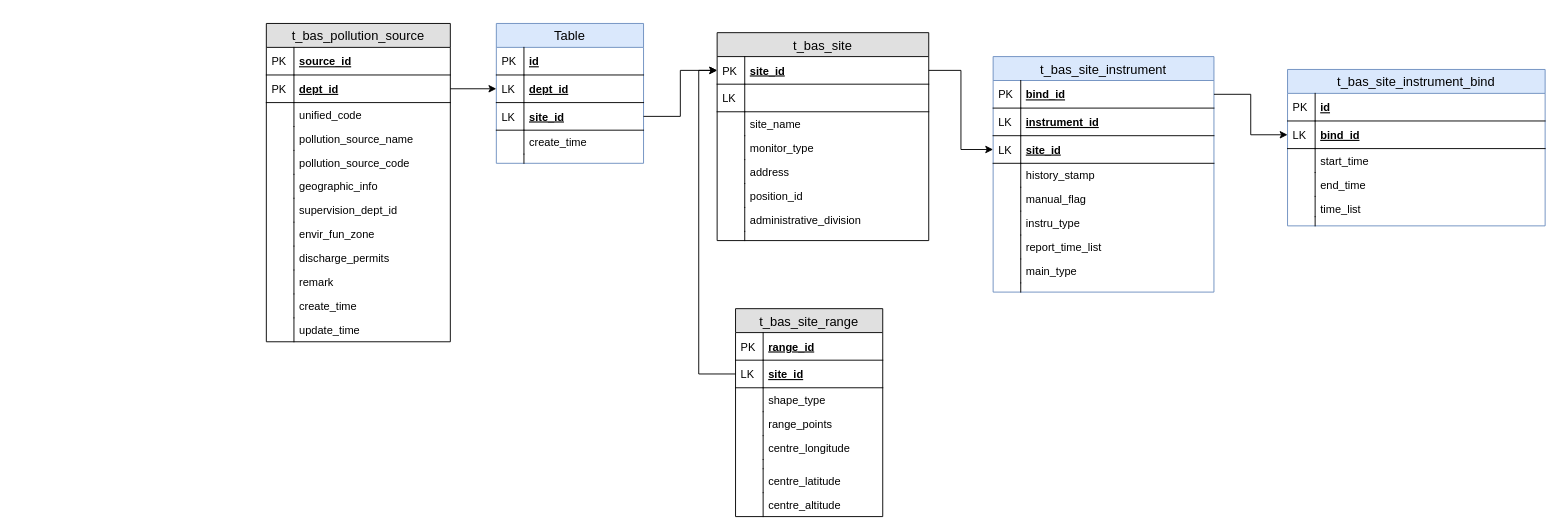
lzdong0714/note keeps this draw.io diagram as hntyCloudDataER.drawio. Above is the earlier version. Source tidied: cells renumbered, new cells numbered last; positions are measured from the earlier drawing's top-left corner, leaving out a move shared by most shapes. Both pictures are drawn from the tidied source at 92%, with x=0, y=0 at pixel (266, 23).
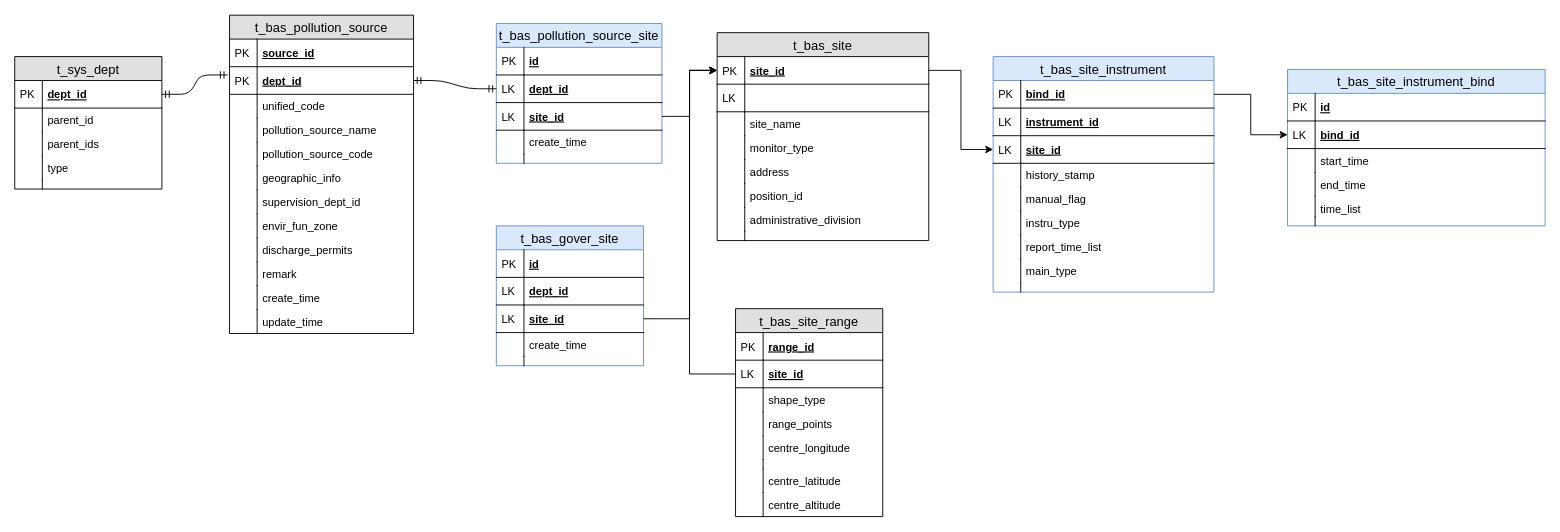
The same page after the edit.

The change refers to these unchanged cells:
```xml
<mxCell id="3" value="site_id" style="shape=partialRectangle;top=0;left=0;right=0;bottom=1;align=left;verticalAlign=middle;fillColor=none;spacingLeft=34;spacingRight=4;overflow=hidden;points=[[0,0.5],[1,0.5]];portConstraint=eastwest;fontStyle=5;fontSize=12;" parent="2" vertex="1">
  <mxGeometry y="26" width="230" height="30" as="geometry" />
</mxCell>
<mxCell id="41" value="site_id" style="shape=partialRectangle;top=0;left=0;right=0;bottom=1;align=left;verticalAlign=middle;fillColor=none;spacingLeft=34;spacingRight=4;overflow=hidden;points=[[0,0.5],[1,0.5]];portConstraint=eastwest;fontStyle=5;fontSize=12;" parent="38" vertex="1">
  <mxGeometry y="56" width="160" height="30" as="geometry" />
</mxCell>
<mxCell id="71" value="dept_id" style="shape=partialRectangle;top=0;left=0;right=0;bottom=1;align=left;verticalAlign=middle;fillColor=none;spacingLeft=34;spacingRight=4;overflow=hidden;points=[[0,0.5],[1,0.5]];portConstraint=eastwest;fontStyle=5;fontSize=12;" parent="68" vertex="1">
  <mxGeometry y="56" width="200" height="30" as="geometry" />
</mxCell>
```

Diff of the diagram source:
```diff
@@
     <mxCell id="68" value="t_bas_pollution_source" style="swimlane;fontStyle=0;horizontal=1;startSize=26;fillColor=#e0e0e0;swimlaneFillColor=#ffffff;align=center;fontSize=14;" parent="1" vertex="1">
-      <mxGeometry width="200" height="346" as="geometry" />
+      <mxGeometry x="-40" y="-9" width="200" height="346" as="geometry" />
     </mxCell>
@@
-    <mxCell id="93" value="Table" style="swimlane;fontStyle=0;horizontal=1;startSize=26;fillColor=#dae8fc;swimlaneFillColor=#ffffff;align=center;fontSize=14;strokeColor=#6c8ebf;" parent="1" vertex="1">
-      <mxGeometry x="250" width="160" height="152" as="geometry" />
+    <mxCell id="93" value="t_bas_pollution_source_site" style="swimlane;fontStyle=0;horizontal=1;startSize=26;fillColor=#dae8fc;swimlaneFillColor=#ffffff;align=center;fontSize=14;strokeColor=#6c8ebf;" parent="1" vertex="1">
+      <mxGeometry x="250" width="180" height="152" as="geometry" />
     </mxCell>
     <mxCell id="94" value="id" style="shape=partialRectangle;top=0;left=0;right=0;bottom=1;align=left;verticalAlign=middle;fillColor=none;spacingLeft=34;spacingRight=4;overflow=hidden;fontStyle=5;fontSize=12;" parent="93" vertex="1">
-      <mxGeometry y="26" width="160" height="30" as="geometry" />
+      <mxGeometry y="26" width="180" height="30" as="geometry" />
     </mxCell>
@@
     <mxCell id="96" value="dept_id" style="shape=partialRectangle;top=0;left=0;right=0;bottom=1;align=left;verticalAlign=middle;fillColor=none;spacingLeft=34;spacingRight=4;overflow=hidden;points=[[0,0.5],[1,0.5]];portConstraint=eastwest;fontStyle=5;fontSize=12;" parent="93" vertex="1">
-      <mxGeometry y="56" width="160" height="30" as="geometry" />
+      <mxGeometry y="56" width="180" height="30" as="geometry" />
     </mxCell>
@@
     <mxCell id="98" value="site_id" style="shape=partialRectangle;top=0;left=0;right=0;bottom=1;align=left;verticalAlign=middle;fillColor=none;spacingLeft=34;spacingRight=4;overflow=hidden;points=[[0,0.5],[1,0.5]];portConstraint=eastwest;fontStyle=5;fontSize=12;" parent="93" vertex="1">
-      <mxGeometry y="86" width="160" height="30" as="geometry" />
+      <mxGeometry y="86" width="180" height="30" as="geometry" />
     </mxCell>
@@
     <mxCell id="100" value="create_time" style="shape=partialRectangle;top=0;left=0;right=0;bottom=0;align=left;verticalAlign=top;fillColor=none;spacingLeft=34;spacingRight=4;overflow=hidden;fontSize=12;" parent="93" vertex="1">
-      <mxGeometry y="116" width="160" height="26" as="geometry" />
+      <mxGeometry y="116" width="180" height="26" as="geometry" />
     </mxCell>
@@
     <mxCell id="102" style="shape=partialRectangle;top=0;left=0;right=0;bottom=0;align=left;verticalAlign=top;fillColor=none;spacingLeft=34;spacingRight=4;overflow=hidden;fontSize=12;" parent="93" vertex="1">
-      <mxGeometry y="142" width="160" height="10" as="geometry" />
+      <mxGeometry y="142" width="180" height="10" as="geometry" />
     </mxCell>
@@
-    <mxCell id="104" style="edgeStyle=orthogonalEdgeStyle;rounded=0;jettySize=auto;html=1;exitX=1;exitY=0.5;exitDx=0;exitDy=0;entryX=0;entryY=0.5;entryDx=0;entryDy=0;" parent="1" edge="1" source="71" target="96">
-      <mxGeometry relative="1" as="geometry" />
-    </mxCell>
@@
     <mxCell id="107" style="edgeStyle=orthogonalEdgeStyle;rounded=0;jettySize=auto;html=1;entryX=0;entryY=0.5;entryDx=0;entryDy=0;" parent="1" edge="1" source="41" target="3">
       <mxGeometry relative="1" as="geometry">
         <Array as="points">
-          <mxPoint x="470" y="381" />
-          <mxPoint x="470" y="51" />
+          <mxPoint x="460" y="381" />
+          <mxPoint x="460" y="51" />
         </Array>
       </mxGeometry>
     </mxCell>
@@
+    <mxCell id="109" value="t_bas_gover_site" style="swimlane;fontStyle=0;horizontal=1;startSize=26;fillColor=#dae8fc;swimlaneFillColor=#ffffff;align=center;fontSize=14;strokeColor=#6c8ebf;" parent="1" vertex="1">
+      <mxGeometry x="250" y="220" width="160" height="152" as="geometry" />
+    </mxCell>
+    <mxCell id="110" value="id" style="shape=partialRectangle;top=0;left=0;right=0;bottom=1;align=left;verticalAlign=middle;fillColor=none;spacingLeft=34;spacingRight=4;overflow=hidden;fontStyle=5;fontSize=12;" parent="109" vertex="1">
+      <mxGeometry y="26" width="160" height="30" as="geometry" />
+    </mxCell>
+    <mxCell id="111" value="PK" style="shape=partialRectangle;top=0;left=0;bottom=0;fillColor=none;align=left;verticalAlign=middle;spacingLeft=4;spacingRight=4;overflow=hidden;fontSize=12;" parent="110" vertex="1">
+      <mxGeometry width="30" height="30" as="geometry" />
+    </mxCell>
+    <mxCell id="112" value="dept_id" style="shape=partialRectangle;top=0;left=0;right=0;bottom=1;align=left;verticalAlign=middle;fillColor=none;spacingLeft=34;spacingRight=4;overflow=hidden;fontStyle=5;fontSize=12;" parent="109" vertex="1">
+      <mxGeometry y="56" width="160" height="30" as="geometry" />
+    </mxCell>
+    <mxCell id="113" value="LK" style="shape=partialRectangle;top=0;left=0;bottom=0;fillColor=none;align=left;verticalAlign=middle;spacingLeft=4;spacingRight=4;overflow=hidden;fontSize=12;" parent="112" vertex="1">
+      <mxGeometry width="30" height="30" as="geometry" />
+    </mxCell>
+    <mxCell id="114" value="site_id" style="shape=partialRectangle;top=0;left=0;right=0;bottom=1;align=left;verticalAlign=middle;fillColor=none;spacingLeft=34;spacingRight=4;overflow=hidden;points=[[0,0.5],[1,0.5]];portConstraint=eastwest;fontStyle=5;fontSize=12;" parent="109" vertex="1">
+      <mxGeometry y="86" width="160" height="30" as="geometry" />
+    </mxCell>
+    <mxCell id="115" value="LK" style="shape=partialRectangle;top=0;left=0;bottom=0;fillColor=none;align=left;verticalAlign=middle;spacingLeft=4;spacingRight=4;overflow=hidden;fontSize=12;" parent="114" vertex="1">
+      <mxGeometry width="30" height="30" as="geometry" />
+    </mxCell>
+    <mxCell id="116" value="create_time" style="shape=partialRectangle;top=0;left=0;right=0;bottom=0;align=left;verticalAlign=top;fillColor=none;spacingLeft=34;spacingRight=4;overflow=hidden;fontSize=12;" parent="109" vertex="1">
+      <mxGeometry y="116" width="160" height="26" as="geometry" />
+    </mxCell>
+    <mxCell id="117" style="shape=partialRectangle;top=0;left=0;bottom=0;fillColor=none;align=left;verticalAlign=top;spacingLeft=4;spacingRight=4;overflow=hidden;fontSize=12;" parent="116" vertex="1">
+      <mxGeometry width="30" height="26" as="geometry" />
+    </mxCell>
+    <mxCell id="118" style="shape=partialRectangle;top=0;left=0;right=0;bottom=0;align=left;verticalAlign=top;fillColor=none;spacingLeft=34;spacingRight=4;overflow=hidden;fontSize=12;" parent="109" vertex="1">
+      <mxGeometry y="142" width="160" height="10" as="geometry" />
+    </mxCell>
+    <mxCell id="119" style="shape=partialRectangle;top=0;left=0;bottom=0;fillColor=none;align=left;verticalAlign=top;spacingLeft=4;spacingRight=4;overflow=hidden;fontSize=12;" parent="118" vertex="1">
+      <mxGeometry width="30" height="10" as="geometry" />
+    </mxCell>
+    <mxCell id="120" style="edgeStyle=orthogonalEdgeStyle;rounded=0;jettySize=auto;html=1;exitX=1;exitY=0.5;exitDx=0;exitDy=0;entryX=0;entryY=0.5;entryDx=0;entryDy=0;" parent="1" edge="1" source="114" target="3">
+      <mxGeometry relative="1" as="geometry">
+        <Array as="points">
+          <mxPoint x="460" y="321" />
+          <mxPoint x="460" y="51" />
+        </Array>
+      </mxGeometry>
+    </mxCell>
+    <mxCell id="121" value="t_sys_dept" style="swimlane;fontStyle=0;horizontal=1;startSize=26;fillColor=#e0e0e0;swimlaneFillColor=#ffffff;align=center;fontSize=14;" parent="1" vertex="1">
+      <mxGeometry x="-273.5" y="36" width="160" height="144" as="geometry" />
+    </mxCell>
+    <mxCell id="122" value="dept_id" style="shape=partialRectangle;top=0;left=0;right=0;bottom=1;align=left;verticalAlign=middle;fillColor=none;spacingLeft=34;spacingRight=4;overflow=hidden;points=[[0,0.5],[1,0.5]];portConstraint=eastwest;fontStyle=5;fontSize=12;" parent="121" vertex="1">
+      <mxGeometry y="26" width="160" height="30" as="geometry" />
+    </mxCell>
+    <mxCell id="123" value="PK" style="shape=partialRectangle;top=0;left=0;bottom=0;fillColor=none;align=left;verticalAlign=middle;spacingLeft=4;spacingRight=4;overflow=hidden;fontSize=12;" parent="122" vertex="1">
+      <mxGeometry width="30" height="30" as="geometry" />
+    </mxCell>
+    <mxCell id="124" value="parent_id" style="shape=partialRectangle;top=0;left=0;right=0;bottom=0;align=left;verticalAlign=top;fillColor=none;spacingLeft=34;spacingRight=4;overflow=hidden;fontSize=12;" parent="121" vertex="1">
+      <mxGeometry y="56" width="160" height="26" as="geometry" />
+    </mxCell>
+    <mxCell id="125" style="shape=partialRectangle;top=0;left=0;bottom=0;fillColor=none;align=left;verticalAlign=top;spacingLeft=4;spacingRight=4;overflow=hidden;fontSize=12;" parent="124" vertex="1">
+      <mxGeometry width="30" height="26" as="geometry" />
+    </mxCell>
+    <mxCell id="126" value="parent_ids" style="shape=partialRectangle;top=0;left=0;right=0;bottom=0;align=left;verticalAlign=top;fillColor=none;spacingLeft=34;spacingRight=4;overflow=hidden;fontSize=12;" parent="121" vertex="1">
+      <mxGeometry y="82" width="160" height="26" as="geometry" />
+    </mxCell>
+    <mxCell id="127" style="shape=partialRectangle;top=0;left=0;bottom=0;fillColor=none;align=left;verticalAlign=top;spacingLeft=4;spacingRight=4;overflow=hidden;fontSize=12;" parent="126" vertex="1">
+      <mxGeometry width="30" height="26" as="geometry" />
+    </mxCell>
+    <mxCell id="128" value="type" style="shape=partialRectangle;top=0;left=0;right=0;bottom=0;align=left;verticalAlign=top;fillColor=none;spacingLeft=34;spacingRight=4;overflow=hidden;fontSize=12;" parent="121" vertex="1">
+      <mxGeometry y="108" width="160" height="26" as="geometry" />
+    </mxCell>
+    <mxCell id="129" style="shape=partialRectangle;top=0;left=0;bottom=0;fillColor=none;align=left;verticalAlign=top;spacingLeft=4;spacingRight=4;overflow=hidden;fontSize=12;" parent="128" vertex="1">
+      <mxGeometry width="30" height="26" as="geometry" />
+    </mxCell>
+    <mxCell id="130" style="shape=partialRectangle;top=0;left=0;right=0;bottom=0;align=left;verticalAlign=top;fillColor=none;spacingLeft=34;spacingRight=4;overflow=hidden;fontSize=12;" parent="121" vertex="1">
+      <mxGeometry y="134" width="160" height="10" as="geometry" />
+    </mxCell>
+    <mxCell id="131" style="shape=partialRectangle;top=0;left=0;bottom=0;fillColor=none;align=left;verticalAlign=top;spacingLeft=4;spacingRight=4;overflow=hidden;fontSize=12;" parent="130" vertex="1">
+      <mxGeometry width="30" height="10" as="geometry" />
+    </mxCell>
+    <mxCell id="132" style="edgeStyle=entityRelationEdgeStyle;fontSize=12;html=1;endArrow=ERmandOne;startArrow=ERmandOne;exitX=1;exitY=0.5;exitDx=0;exitDy=0;entryX=-0.01;entryY=0.3;entryDx=0;entryDy=0;entryPerimeter=0;" parent="1" edge="1" source="122" target="71">
+      <mxGeometry relative="1" as="geometry" />
+    </mxCell>
+    <mxCell id="104" style="edgeStyle=entityRelationEdgeStyle;fontSize=12;html=1;endArrow=ERmandOne;startArrow=ERmandOne;exitX=1;exitY=0.5;exitDx=0;exitDy=0;entryX=0;entryY=0.5;entryDx=0;entryDy=0;" parent="1" edge="1" source="71" target="96">
+      <mxGeometry relative="1" as="geometry" />
+    </mxCell>
```
